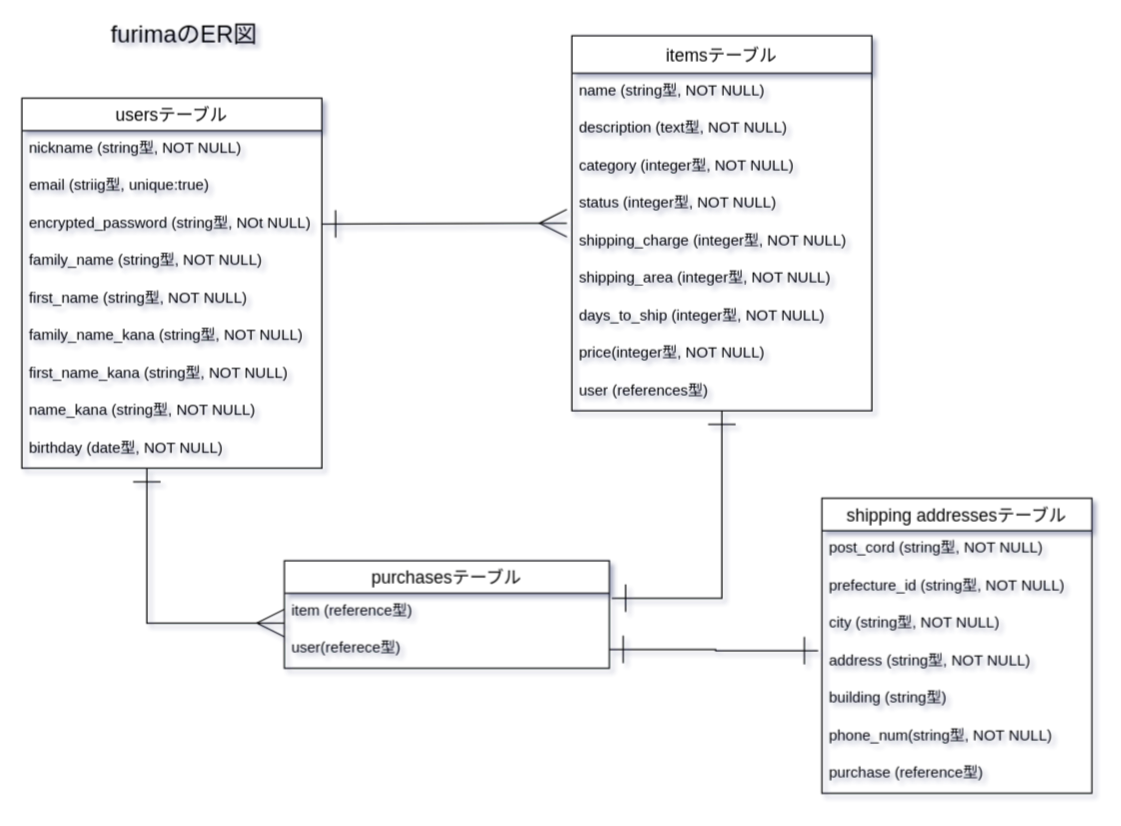
takahirohirayama/furima-34430 keeps this draw.io diagram as ER_figure.dio. Above is the earlier version. Source tidied: cells renumbered, new cells numbered last; positions are measured from the earlier drawing's top-left corner, leaving out a move shared by most shapes. Both pictures are drawn from the tidied source at 125%, with x=0, y=0 at pixel (21, 22).
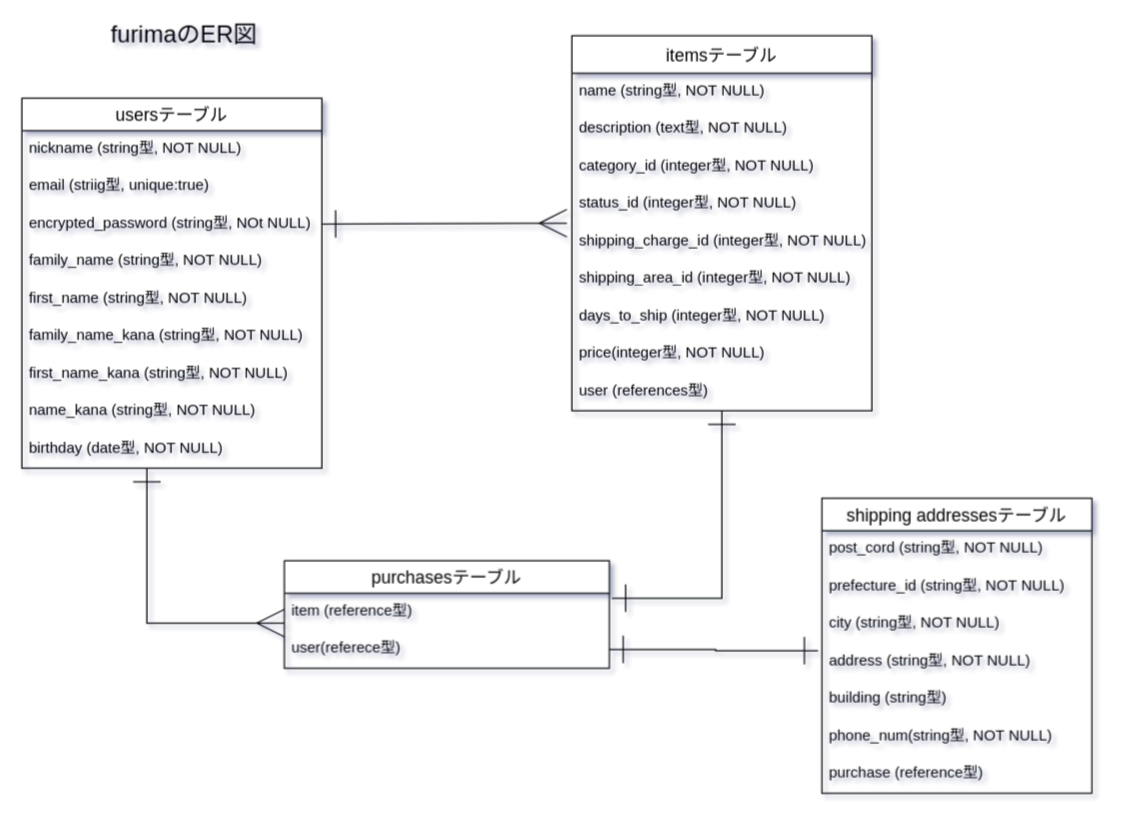
The same page after the edit.

Commit message (it also covers changes not shown here):
REDME,ER図修正（_id付与）

Unchanged cells that the change refers to:
```xml
<mxCell id="14" value="itemsテーブル" style="swimlane;fontStyle=0;horizontal=1;startSize=30;align=center;fontSize=14;" parent="1" vertex="1">
  <mxGeometry x="440" y="10" width="240" height="300" as="geometry" />
</mxCell>
```

The edit, as a diff of the source:
```diff
@@
-    <mxCell id="17" value="category (integer型, NOT NULL)" style="text;strokeColor=none;fillColor=none;spacingLeft=4;spacingRight=4;overflow=hidden;fontSize=12;" parent="14" vertex="1">
+    <mxCell id="17" value="category_id (integer型, NOT NULL)" style="text;strokeColor=none;fillColor=none;spacingLeft=4;spacingRight=4;overflow=hidden;fontSize=12;" parent="14" vertex="1">
       <mxGeometry y="90" width="240" height="30" as="geometry" />
     </mxCell>
-    <mxCell id="18" value="status (integer型, NOT NULL)" style="text;strokeColor=none;fillColor=none;spacingLeft=4;spacingRight=4;overflow=hidden;fontSize=12;" parent="14" vertex="1">
+    <mxCell id="18" value="status_id (integer型, NOT NULL)" style="text;strokeColor=none;fillColor=none;spacingLeft=4;spacingRight=4;overflow=hidden;fontSize=12;" parent="14" vertex="1">
       <mxGeometry y="120" width="240" height="30" as="geometry" />
     </mxCell>
-    <mxCell id="19" value="shipping_charge (integer型, NOT NULL)" style="text;strokeColor=none;fillColor=none;spacingLeft=4;spacingRight=4;overflow=hidden;fontSize=12;" parent="14" vertex="1">
+    <mxCell id="19" value="shipping_charge_id (integer型, NOT NULL)" style="text;strokeColor=none;fillColor=none;spacingLeft=4;spacingRight=4;overflow=hidden;fontSize=12;" parent="14" vertex="1">
       <mxGeometry y="150" width="240" height="30" as="geometry" />
     </mxCell>
-    <mxCell id="20" value="shipping_area (integer型, NOT NULL)" style="text;strokeColor=none;fillColor=none;spacingLeft=4;spacingRight=4;overflow=hidden;fontSize=12;" parent="14" vertex="1">
+    <mxCell id="20" value="shipping_area_id (integer型, NOT NULL)" style="text;strokeColor=none;fillColor=none;spacingLeft=4;spacingRight=4;overflow=hidden;fontSize=12;" parent="14" vertex="1">
       <mxGeometry y="180" width="240" height="30" as="geometry" />
     </mxCell>
```
